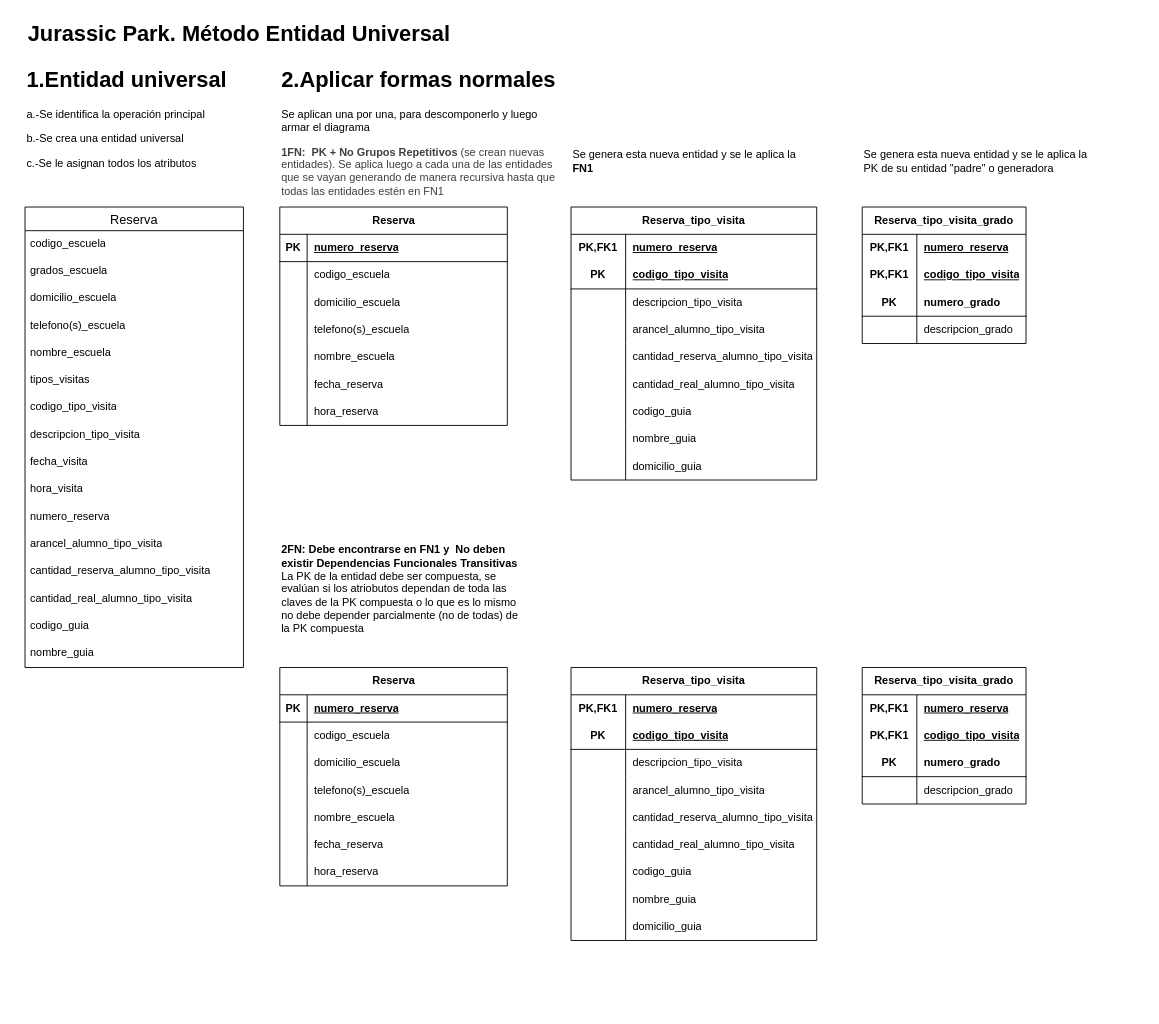
Before: actividades/jurassic.drawio in alexballera/bbdd-tgad-fce, a draw.io diagram. Source tidied: cells renumbered, new cells numbered last; positions are measured from the earlier drawing's top-left corner, leaving out a move shared by most shapes. Both pictures are drawn from the tidied source at 91%, with x=0, y=0 at pixel (15, 15).
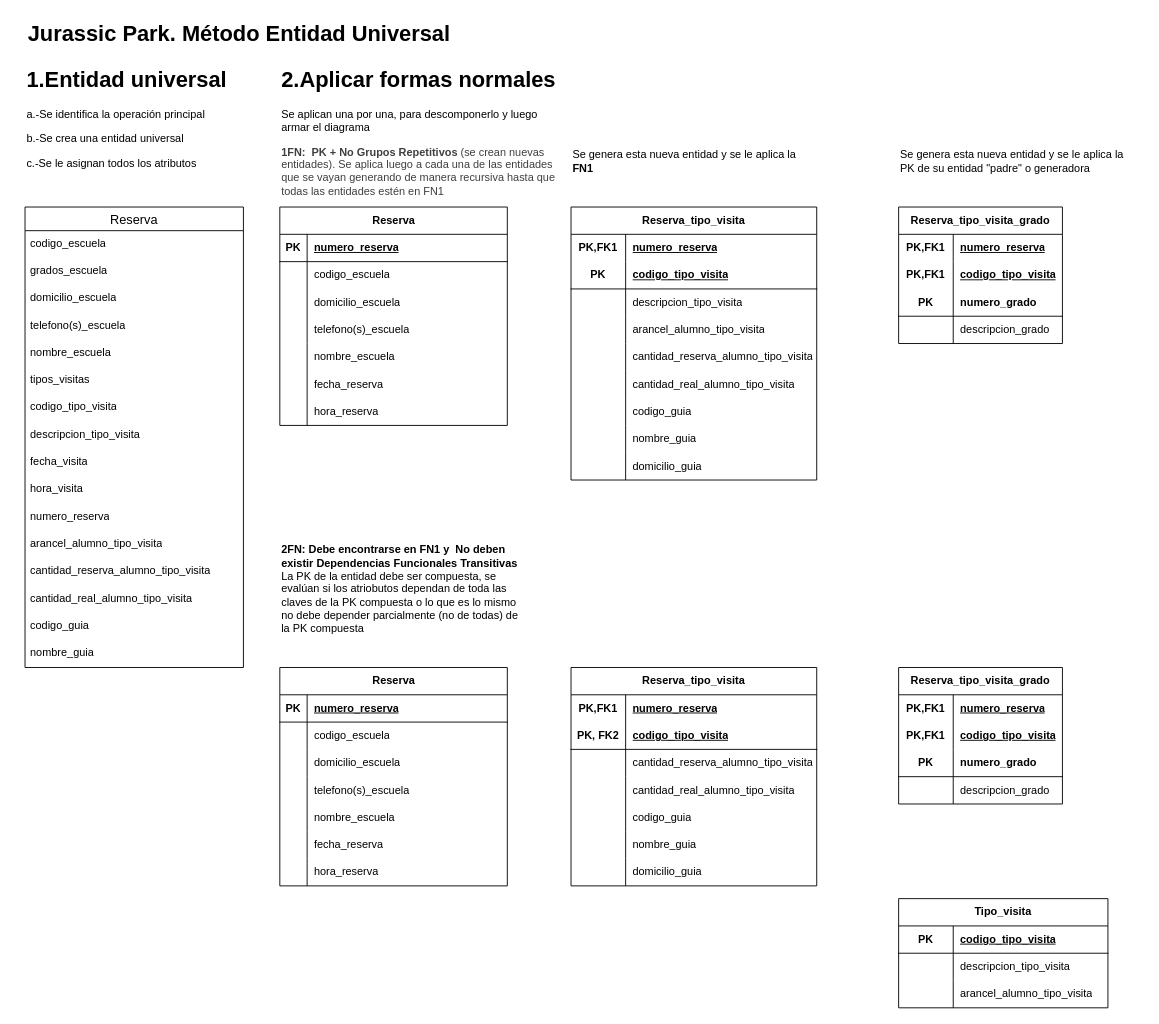
After the change.

Commit message:
Update Jurassic Park diagram to adjust entity positions and add new entity for Tipo_visita

Unchanged cells that the change refers to:
```xml
<mxCell id="116" style="shape=tableRow;horizontal=0;startSize=0;swimlaneHead=0;swimlaneBody=0;fillColor=none;top=0;left=0;right=0;bottom=1;html=1;" parent="112" vertex="1">
  <mxGeometry y="60" width="270" height="30" as="geometry" />
</mxCell>
```

The edit, as a diff of the source:
```diff
@@
     <mxCell id="74" value="&lt;span style=&quot;color: rgb(0, 0, 0);&quot;&gt;Reserva_tipo_visita_grado&lt;/span&gt;" style="shape=table;startSize=30;childLayout=tableLayout;rowLines=0;fontStyle=1;align=center;html=1;whiteSpace=wrap;" parent="1" vertex="1">
-      <mxGeometry x="930" y="210" width="180" height="150" as="geometry" />
+      <mxGeometry x="970" y="210" width="180" height="150" as="geometry" />
     </mxCell>
@@
     <mxCell id="88" value="Se genera esta nueva entidad y se le aplica la&lt;div&gt;PK de su entidad &quot;padre&quot; o generadora&lt;/div&gt;" style="text;html=1;align=left;verticalAlign=middle;strokeColor=none;fillColor=none;" parent="1" vertex="1">
-      <mxGeometry x="930" y="140" width="270" height="40" as="geometry" />
+      <mxGeometry x="970" y="140" width="270" height="40" as="geometry" />
     </mxCell>
@@
     <mxCell id="112" value="Reserva_tipo_visita" style="shape=table;startSize=30;childLayout=tableLayout;rowLines=0;fontStyle=1;align=center;html=1;whiteSpace=wrap;" parent="1" vertex="1">
-      <mxGeometry x="610" y="716" width="270" height="300" as="geometry" />
+      <mxGeometry x="610" y="716" width="270" height="240" as="geometry" />
     </mxCell>
@@
-    <mxCell id="117" value="PK" style="shape=partialRectangle;fillColor=none;top=0;left=0;bottom=0;right=0;fontStyle=1;overflow=hidden;html=1;whiteSpace=wrap;" parent="116" vertex="1">
+    <mxCell id="117" value="PK, FK2" style="shape=partialRectangle;fillColor=none;top=0;left=0;bottom=0;right=0;fontStyle=1;overflow=hidden;html=1;whiteSpace=wrap;" parent="116" vertex="1">
       <mxGeometry width="60" height="30" as="geometry" />
     </mxCell>
@@
-    <mxCell id="119" style="shape=tableRow;horizontal=0;startSize=0;swimlaneHead=0;swimlaneBody=0;fillColor=none;top=0;left=0;right=0;bottom=0;html=1;" parent="112" vertex="1">
-      <mxGeometry y="90" width="270" height="30" as="geometry" />
-    </mxCell>
-    <mxCell id="120" style="shape=partialRectangle;fillColor=none;top=0;left=0;bottom=0;right=0;overflow=hidden;html=1;whiteSpace=wrap;" parent="119" vertex="1">
-      <mxGeometry width="60" height="30" as="geometry" />
-    </mxCell>
-    <mxCell id="121" value="&lt;span style=&quot;color: rgb(0, 0, 0);&quot;&gt;descripcion_tipo_visita&lt;/span&gt;" style="shape=partialRectangle;fillColor=none;top=0;left=0;bottom=0;right=0;align=left;spacingLeft=6;overflow=hidden;html=1;whiteSpace=wrap;" parent="119" vertex="1">
-      <mxGeometry x="60" width="210" height="30" as="geometry" />
-    </mxCell>
-    <mxCell id="122" style="shape=tableRow;horizontal=0;startSize=0;swimlaneHead=0;swimlaneBody=0;fillColor=none;top=0;left=0;right=0;bottom=0;html=1;" parent="112" vertex="1">
-      <mxGeometry y="120" width="270" height="30" as="geometry" />
-    </mxCell>
-    <mxCell id="123" style="shape=partialRectangle;fillColor=none;top=0;left=0;bottom=0;right=0;overflow=hidden;html=1;whiteSpace=wrap;" parent="122" vertex="1">
-      <mxGeometry width="60" height="30" as="geometry" />
-    </mxCell>
-    <mxCell id="124" value="&lt;span style=&quot;scrollbar-color: rgb(226, 226, 226) rgb(251, 251, 251); color: rgb(0, 0, 0);&quot;&gt;arancel_alumno_tipo&lt;/span&gt;&lt;span style=&quot;scrollbar-color: rgb(226, 226, 226) rgb(251, 251, 251); color: rgb(0, 0, 0);&quot;&gt;_visita&lt;/span&gt;" style="shape=partialRectangle;fillColor=none;top=0;left=0;bottom=0;right=0;align=left;spacingLeft=6;overflow=hidden;html=1;whiteSpace=wrap;" parent="122" vertex="1">
-      <mxGeometry x="60" width="210" height="30" as="geometry" />
-    </mxCell>
     <mxCell id="125" style="shape=tableRow;horizontal=0;startSize=0;swimlaneHead=0;swimlaneBody=0;fillColor=none;top=0;left=0;right=0;bottom=0;html=1;" parent="112" vertex="1">
-      <mxGeometry y="150" width="270" height="30" as="geometry" />
+      <mxGeometry y="90" width="270" height="30" as="geometry" />
     </mxCell>
@@
     <mxCell id="128" style="shape=tableRow;horizontal=0;startSize=0;swimlaneHead=0;swimlaneBody=0;fillColor=none;top=0;left=0;right=0;bottom=0;html=1;" parent="112" vertex="1">
-      <mxGeometry y="180" width="270" height="30" as="geometry" />
+      <mxGeometry y="120" width="270" height="30" as="geometry" />
     </mxCell>
@@
     <mxCell id="131" style="shape=tableRow;horizontal=0;startSize=0;swimlaneHead=0;swimlaneBody=0;fillColor=none;top=0;left=0;right=0;bottom=0;html=1;" parent="112" vertex="1">
-      <mxGeometry y="210" width="270" height="30" as="geometry" />
+      <mxGeometry y="150" width="270" height="30" as="geometry" />
     </mxCell>
@@
     <mxCell id="134" style="shape=tableRow;horizontal=0;startSize=0;swimlaneHead=0;swimlaneBody=0;fillColor=none;top=0;left=0;right=0;bottom=0;html=1;" parent="112" vertex="1">
-      <mxGeometry y="240" width="270" height="30" as="geometry" />
+      <mxGeometry y="180" width="270" height="30" as="geometry" />
     </mxCell>
@@
     <mxCell id="137" style="shape=tableRow;horizontal=0;startSize=0;swimlaneHead=0;swimlaneBody=0;fillColor=none;top=0;left=0;right=0;bottom=0;html=1;" parent="112" vertex="1">
-      <mxGeometry y="270" width="270" height="30" as="geometry" />
+      <mxGeometry y="210" width="270" height="30" as="geometry" />
     </mxCell>
@@
     <mxCell id="140" value="&lt;span style=&quot;color: rgb(0, 0, 0);&quot;&gt;Reserva_tipo_visita_grado&lt;/span&gt;" style="shape=table;startSize=30;childLayout=tableLayout;rowLines=0;fontStyle=1;align=center;html=1;whiteSpace=wrap;" parent="1" vertex="1">
-      <mxGeometry x="930" y="716" width="180" height="150" as="geometry" />
+      <mxGeometry x="970" y="716" width="180" height="150" as="geometry" />
     </mxCell>
@@
+    <mxCell id="153" value="Tipo_visita" style="shape=table;startSize=30;childLayout=tableLayout;rowLines=0;fontStyle=1;align=center;html=1;whiteSpace=wrap;" parent="1" vertex="1">
+      <mxGeometry x="970" y="970" width="230" height="120" as="geometry" />
+    </mxCell>
+    <mxCell id="154" style="shape=tableRow;horizontal=0;startSize=0;swimlaneHead=0;swimlaneBody=0;fillColor=none;top=0;left=0;right=0;bottom=1;html=1;" parent="153" vertex="1">
+      <mxGeometry y="30" width="230" height="30" as="geometry" />
+    </mxCell>
+    <mxCell id="155" value="PK" style="shape=partialRectangle;fillColor=none;top=0;left=0;bottom=0;right=0;fontStyle=1;overflow=hidden;html=1;whiteSpace=wrap;" parent="154" vertex="1">
+      <mxGeometry width="60" height="30" as="geometry" />
+    </mxCell>
+    <mxCell id="156" value="&lt;span style=&quot;color: rgb(0, 0, 0);&quot;&gt;codigo_tipo_visita&lt;/span&gt;" style="shape=partialRectangle;fillColor=none;top=0;left=0;bottom=0;right=0;align=left;spacingLeft=6;fontStyle=5;overflow=hidden;html=1;whiteSpace=wrap;" parent="154" vertex="1">
+      <mxGeometry x="60" width="170" height="30" as="geometry" />
+    </mxCell>
+    <mxCell id="157" style="shape=tableRow;horizontal=0;startSize=0;swimlaneHead=0;swimlaneBody=0;fillColor=none;top=0;left=0;right=0;bottom=0;html=1;" parent="153" vertex="1">
+      <mxGeometry y="60" width="230" height="30" as="geometry" />
+    </mxCell>
+    <mxCell id="158" style="shape=partialRectangle;fillColor=none;top=0;left=0;bottom=0;right=0;overflow=hidden;html=1;whiteSpace=wrap;" parent="157" vertex="1">
+      <mxGeometry width="60" height="30" as="geometry" />
+    </mxCell>
+    <mxCell id="121" value="&lt;span style=&quot;color: rgb(0, 0, 0);&quot;&gt;descripcion_tipo_visita&lt;/span&gt;" style="shape=partialRectangle;fillColor=none;top=0;left=0;bottom=0;right=0;align=left;spacingLeft=6;overflow=hidden;html=1;whiteSpace=wrap;" parent="157" vertex="1">
+      <mxGeometry x="60" width="170" height="30" as="geometry" />
+    </mxCell>
+    <mxCell id="159" style="shape=tableRow;horizontal=0;startSize=0;swimlaneHead=0;swimlaneBody=0;fillColor=none;top=0;left=0;right=0;bottom=0;html=1;" parent="153" vertex="1">
+      <mxGeometry y="90" width="230" height="30" as="geometry" />
+    </mxCell>
+    <mxCell id="160" style="shape=partialRectangle;fillColor=none;top=0;left=0;bottom=0;right=0;overflow=hidden;html=1;whiteSpace=wrap;" parent="159" vertex="1">
+      <mxGeometry width="60" height="30" as="geometry" />
+    </mxCell>
+    <mxCell id="124" value="&lt;span style=&quot;scrollbar-color: rgb(226, 226, 226) rgb(251, 251, 251); color: rgb(0, 0, 0);&quot;&gt;arancel_alumno_tipo&lt;/span&gt;&lt;span style=&quot;scrollbar-color: rgb(226, 226, 226) rgb(251, 251, 251); color: rgb(0, 0, 0);&quot;&gt;_visita&lt;/span&gt;" style="shape=partialRectangle;fillColor=none;top=0;left=0;bottom=0;right=0;align=left;spacingLeft=6;overflow=hidden;html=1;whiteSpace=wrap;" parent="159" vertex="1">
+      <mxGeometry x="60" width="170" height="30" as="geometry" />
+    </mxCell>
```
